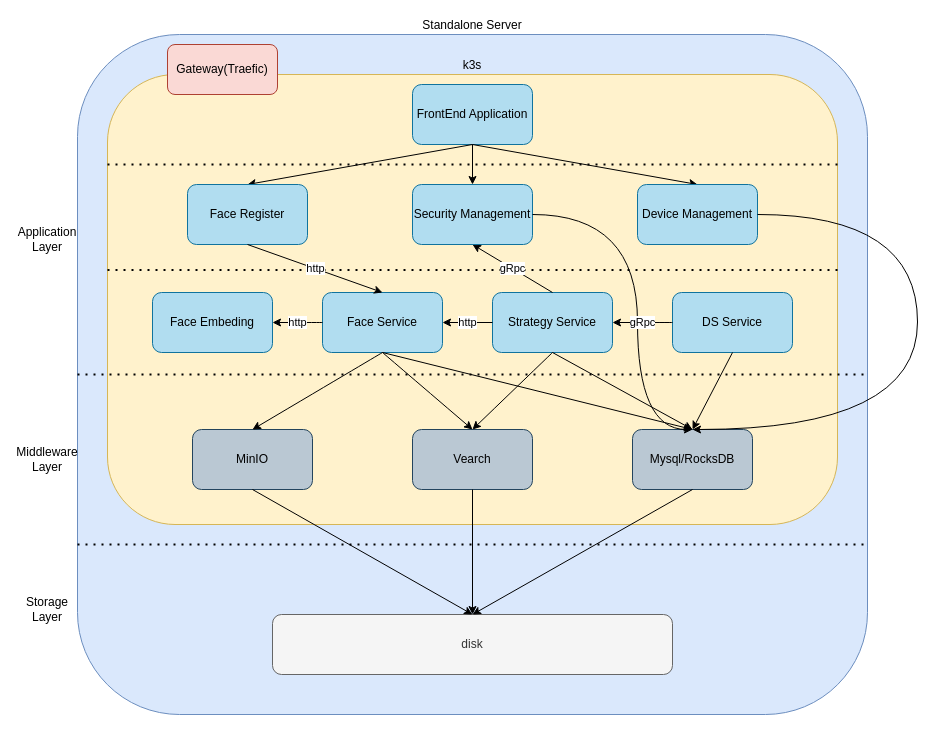
Before: standalone/design.drawio in dosjia/chart, a draw.io diagram. Source tidied: cells renumbered, new cells numbered last; positions are measured from the earlier drawing's top-left corner, leaving out a move shared by most shapes. Both pictures are drawn from the tidied source at 100%, with x=0, y=0 at pixel (17, 34).
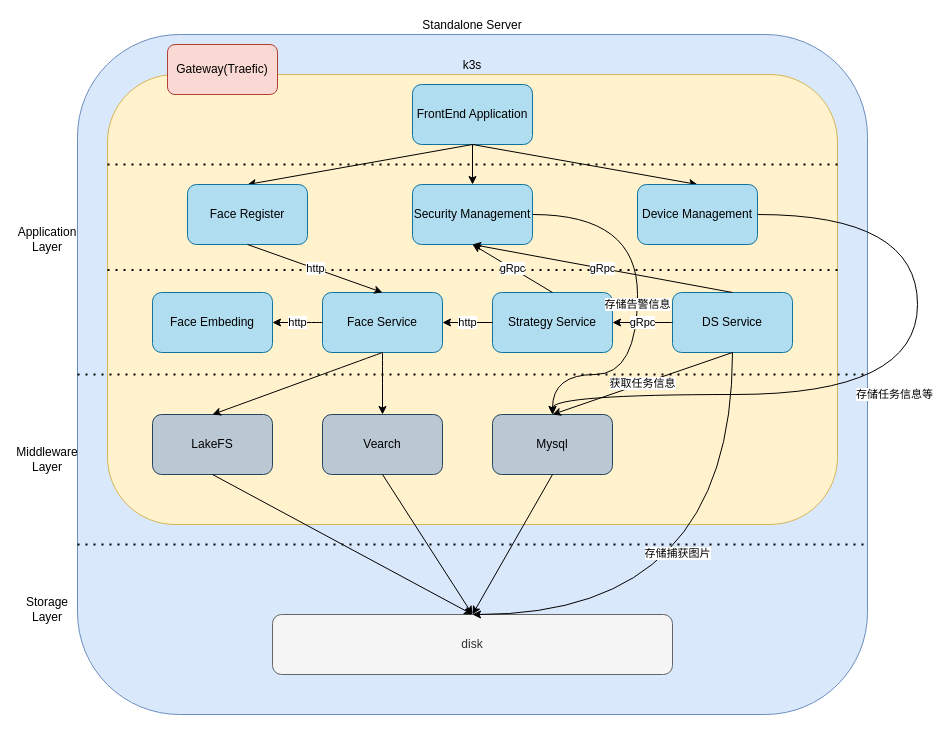
The same diagram, later.

The change refers to these unchanged cells:
```xml
<mxCell id="5" value="disk" style="rounded=1;whiteSpace=wrap;html=1;fillColor=#f5f5f5;fontColor=#333333;strokeColor=#666666;" parent="1" vertex="1">
  <mxGeometry x="255" y="580" width="400" height="60" as="geometry" />
</mxCell>
<mxCell id="12" value="Face Service" style="rounded=1;whiteSpace=wrap;html=1;fillColor=#b1ddf0;strokeColor=#10739e;" parent="1" vertex="1">
  <mxGeometry x="305" y="258" width="120" height="60" as="geometry" />
</mxCell>
<mxCell id="13" value="Strategy Service" style="rounded=1;whiteSpace=wrap;html=1;fillColor=#b1ddf0;strokeColor=#10739e;" parent="1" vertex="1">
  <mxGeometry x="475" y="258" width="120" height="60" as="geometry" />
</mxCell>
<mxCell id="14" value="DS Service" style="rounded=1;whiteSpace=wrap;html=1;fillColor=#b1ddf0;strokeColor=#10739e;" parent="1" vertex="1">
  <mxGeometry x="655" y="258" width="120" height="60" as="geometry" />
</mxCell>
<mxCell id="28" value="Security Management" style="rounded=1;whiteSpace=wrap;html=1;fillColor=#b1ddf0;strokeColor=#10739e;" parent="1" vertex="1">
  <mxGeometry x="395" y="150" width="120" height="60" as="geometry" />
</mxCell>
<mxCell id="30" value="Device Management" style="rounded=1;whiteSpace=wrap;html=1;fillColor=#b1ddf0;strokeColor=#10739e;" parent="1" vertex="1">
  <mxGeometry x="620" y="150" width="120" height="60" as="geometry" />
</mxCell>
```

Diff of the diagram source:
```diff
@@
-    <mxCell id="6" value="Mysql/RocksDB" style="rounded=1;whiteSpace=wrap;html=1;fillColor=#bac8d3;strokeColor=#23445d;" parent="1" vertex="1">
-      <mxGeometry x="615" y="395" width="120" height="60" as="geometry" />
+    <mxCell id="6" value="Mysql" style="rounded=1;whiteSpace=wrap;html=1;fillColor=#bac8d3;strokeColor=#23445d;" parent="1" vertex="1">
+      <mxGeometry x="475" y="380" width="120" height="60" as="geometry" />
     </mxCell>
@@
-    <mxCell id="18" style="endArrow=classic;html=1;exitX=0.5;exitY=1;exitDx=0;exitDy=0;entryX=0.5;entryY=0;entryDx=0;entryDy=0;" parent="1" edge="1" source="14" target="6">
-      <mxGeometry relative="1" as="geometry" />
+    <mxCell id="18" value="存储捕获图片" style="endArrow=classic;html=1;exitX=0.5;exitY=1;exitDx=0;exitDy=0;entryX=0.5;entryY=0;entryDx=0;entryDy=0;edgeStyle=orthogonalEdgeStyle;curved=1;" parent="1" edge="1" source="14" target="5">
+      <mxGeometry x="-0.23" y="-55" relative="1" as="geometry">
+        <Array as="points">
+          <mxPoint x="715" y="580" />
+        </Array>
+      </mxGeometry>
     </mxCell>
-    <mxCell id="19" style="endArrow=classic;html=1;exitX=0.5;exitY=1;exitDx=0;exitDy=0;entryX=0.5;entryY=0;entryDx=0;entryDy=0;" parent="1" edge="1" source="13" target="6">
-      <mxGeometry relative="1" as="geometry" />
-    </mxCell>
-    <mxCell id="20" style="endArrow=classic;html=1;exitX=0.5;exitY=1;exitDx=0;exitDy=0;entryX=0.5;entryY=0;entryDx=0;entryDy=0;" parent="1" edge="1" source="12" target="6">
-      <mxGeometry relative="1" as="geometry" />
-    </mxCell>
@@
-    <mxCell id="31" style="endArrow=classic;html=1;exitX=1;exitY=0.5;exitDx=0;exitDy=0;entryX=0.5;entryY=0;entryDx=0;entryDy=0;edgeStyle=orthogonalEdgeStyle;curved=1;" parent="1" edge="1" source="30" target="6">
+    <mxCell id="31" value="存储任务信息等" style="endArrow=classic;html=1;exitX=1;exitY=0.5;exitDx=0;exitDy=0;entryX=0.5;entryY=0;entryDx=0;entryDy=0;edgeStyle=orthogonalEdgeStyle;curved=1;" parent="1" edge="1" source="30" target="6">
       <mxGeometry relative="1" as="geometry">
         <Array as="points">
           <mxPoint x="900" y="180" />
-          <mxPoint x="900" y="395" />
+          <mxPoint x="900" y="360" />
+          <mxPoint x="535" y="360" />
         </Array>
       </mxGeometry>
     </mxCell>
-    <mxCell id="32" value="MinIO" style="rounded=1;whiteSpace=wrap;html=1;fillColor=#bac8d3;strokeColor=#23445d;" parent="1" vertex="1">
-      <mxGeometry x="175" y="395" width="120" height="60" as="geometry" />
+    <mxCell id="32" value="LakeFS" style="rounded=1;whiteSpace=wrap;html=1;fillColor=#bac8d3;strokeColor=#23445d;" parent="1" vertex="1">
+      <mxGeometry x="135" y="380" width="120" height="60" as="geometry" />
     </mxCell>
     <mxCell id="33" value="Vearch" style="rounded=1;whiteSpace=wrap;html=1;fillColor=#bac8d3;strokeColor=#23445d;" parent="1" vertex="1">
-      <mxGeometry x="395" y="395" width="120" height="60" as="geometry" />
+      <mxGeometry x="305" y="380" width="120" height="60" as="geometry" />
     </mxCell>
-    <mxCell id="34" style="endArrow=classic;html=1;exitX=0.5;exitY=1;exitDx=0;exitDy=0;" parent="1" edge="1" source="33" target="5">
-      <mxGeometry relative="1" as="geometry" />
+    <mxCell id="34" style="endArrow=classic;html=1;exitX=0.5;exitY=1;exitDx=0;exitDy=0;" parent="1" edge="1" source="33">
+      <mxGeometry relative="1" as="geometry">
+        <mxPoint x="455" y="580" as="targetPoint" />
+      </mxGeometry>
     </mxCell>
@@
-    <mxCell id="36" style="endArrow=classic;html=1;exitX=1;exitY=0.5;exitDx=0;exitDy=0;entryX=0.5;entryY=0;entryDx=0;entryDy=0;edgeStyle=orthogonalEdgeStyle;curved=1;" parent="1" edge="1" source="28" target="6">
+    <mxCell id="36" value="存储告警信息" style="endArrow=classic;html=1;exitX=1;exitY=0.5;exitDx=0;exitDy=0;entryX=0.5;entryY=0;entryDx=0;entryDy=0;edgeStyle=orthogonalEdgeStyle;curved=1;" parent="1" edge="1" source="28" target="6">
       <mxGeometry relative="1" as="geometry">
         <Array as="points">
           <mxPoint x="620" y="180" />
-          <mxPoint x="620" y="395" />
+          <mxPoint x="620" y="340" />
+          <mxPoint x="535" y="340" />
         </Array>
       </mxGeometry>
     </mxCell>
@@
-    <mxCell id="39" style="endArrow=classic;html=1;curved=1;exitX=0.5;exitY=1;exitDx=0;exitDy=0;entryX=0.5;entryY=0;entryDx=0;entryDy=0;" parent="1" edge="1" source="13" target="33">
-      <mxGeometry relative="1" as="geometry" />
-    </mxCell>
@@
+    <mxCell id="43" value="获取任务信息" style="endArrow=classic;html=1;entryX=0.5;entryY=0;entryDx=0;entryDy=0;exitX=0.5;exitY=1;exitDx=0;exitDy=0;" parent="1" edge="1" source="14" target="6">
+      <mxGeometry relative="1" as="geometry" />
+    </mxCell>
+    <mxCell id="44" value="gRpc" style="endArrow=classic;html=1;entryX=0.5;entryY=1;entryDx=0;entryDy=0;exitX=0.5;exitY=0;exitDx=0;exitDy=0;" parent="1" edge="1" source="14" target="28">
+      <mxGeometry relative="1" as="geometry" />
+    </mxCell>
```
